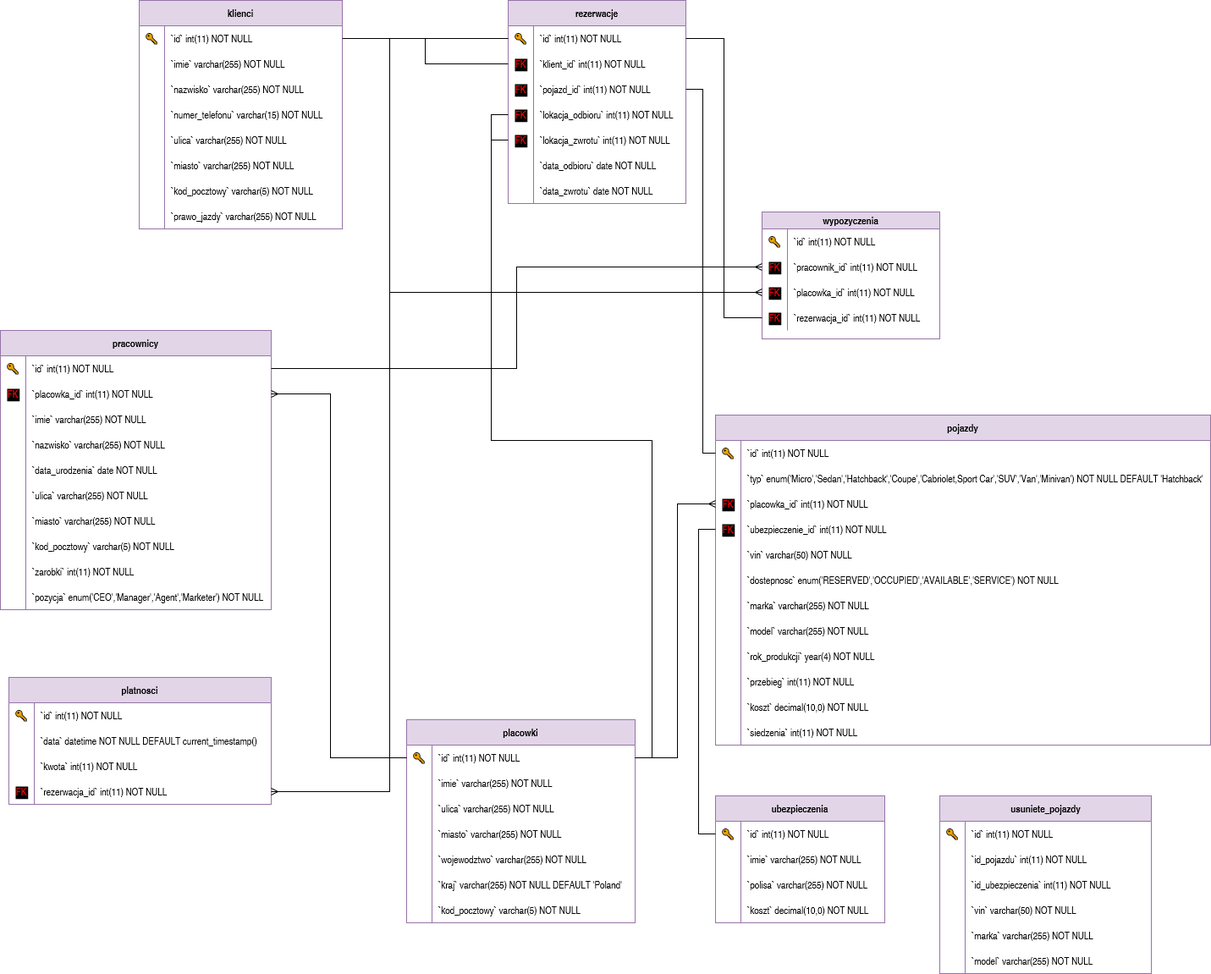
Above: erd.png in mcschoolaccount/car-sharing (draw.io), before the change. Source tidied: cells renumbered, new cells last; positions are measured from the earlier drawing's top-left corner, leaving out a move shared by most shapes.
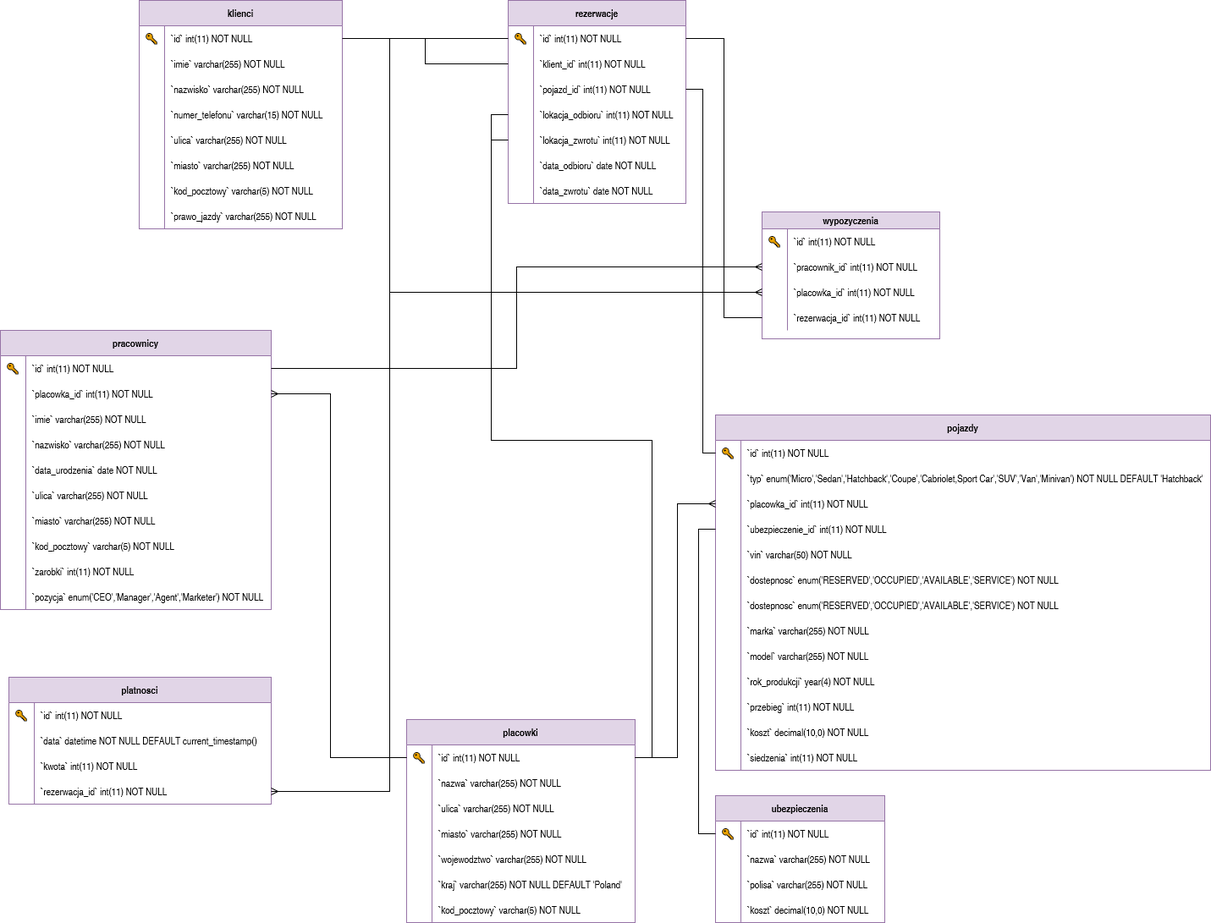
After the commit.

The edit, as a diff of the source:
```diff
@@ -97,3 +97,3 @@
     </mxCell>
-    <mxCell id="33" value="`imie` varchar(255) NOT NULL" style="shape=partialRectangle;overflow=hidden;fillColor=none;align=left;strokeColor=inherit;top=0;left=0;bottom=0;right=0;spacingLeft=6;" parent="31" vertex="1">
+    <mxCell id="33" value="`nazwa` varchar(255) NOT NULL" style="shape=partialRectangle;overflow=hidden;fillColor=none;align=left;strokeColor=inherit;top=0;left=0;bottom=0;right=0;spacingLeft=6;" parent="31" vertex="1">
       <mxGeometry x="30" width="240" height="30" as="geometry" />
@@ -178,3 +178,3 @@
     </mxCell>
-    <mxCell id="60" value="FK" style="shape=partialRectangle;overflow=hidden;fillColor=none;strokeColor=inherit;top=0;left=0;bottom=0;right=0;labelBackgroundColor=#000000;fontColor=#FF0000;" parent="59" vertex="1">
+    <mxCell id="60" style="shape=partialRectangle;overflow=hidden;fillColor=none;strokeColor=inherit;top=0;left=0;bottom=0;right=0;" parent="59" vertex="1">
       <mxGeometry width="30" height="30" as="geometry" />
@@ -185,3 +185,3 @@
     <mxCell id="62" value="pojazdy" style="shape=table;startSize=30;rowLines=0;fontStyle=1;align=center;fillColor=#e1d5e7;strokeColor=#9673a6;" parent="1" vertex="1">
-      <mxGeometry x="845" y="490" width="585" height="390" as="geometry" />
+      <mxGeometry x="845" y="490" width="585" height="420" as="geometry" />
     </mxCell>
@@ -208,3 +208,3 @@
     </mxCell>
-    <mxCell id="70" value="FK" style="shape=partialRectangle;overflow=hidden;fillColor=none;strokeColor=inherit;top=0;left=0;bottom=0;right=0;labelBackgroundColor=#000000;fontColor=#FF0000;" parent="69" vertex="1">
+    <mxCell id="70" style="shape=partialRectangle;overflow=hidden;fillColor=none;strokeColor=inherit;top=0;left=0;bottom=0;right=0;" parent="69" vertex="1">
       <mxGeometry width="30" height="30" as="geometry" />
@@ -217,3 +217,3 @@
     </mxCell>
-    <mxCell id="73" value="FK" style="shape=partialRectangle;overflow=hidden;fillColor=none;strokeColor=inherit;top=0;left=0;bottom=0;right=0;labelBackgroundColor=#000000;fontColor=#FF0000;" parent="72" vertex="1">
+    <mxCell id="73" style="shape=partialRectangle;overflow=hidden;fillColor=none;strokeColor=inherit;top=0;left=0;bottom=0;right=0;" parent="72" vertex="1">
       <mxGeometry width="30" height="30" as="geometry" />
@@ -232,4 +232,13 @@
     </mxCell>
+    <mxCell id="208" style="shape=tableRow;horizontal=0;startSize=0;swimlaneHead=0;swimlaneBody=0;fillColor=none;strokeColor=inherit;top=0;left=0;right=0;bottom=0;" parent="62" vertex="1">
+      <mxGeometry y="180" width="585" height="30" as="geometry" />
+    </mxCell>
+    <mxCell id="209" style="shape=partialRectangle;overflow=hidden;fillColor=none;strokeColor=inherit;top=0;left=0;bottom=0;right=0;" parent="208" vertex="1">
+      <mxGeometry width="30" height="30" as="geometry" />
+    </mxCell>
+    <mxCell id="210" value="`dostepnosc` enum('RESERVED','OCCUPIED','AVAILABLE','SERVICE') NOT NULL" style="shape=partialRectangle;overflow=hidden;fillColor=none;align=left;strokeColor=inherit;top=0;left=0;bottom=0;right=0;spacingLeft=6;" parent="208" vertex="1">
+      <mxGeometry x="30" width="555" height="30" as="geometry" />
+    </mxCell>
     <mxCell id="78" style="shape=tableRow;horizontal=0;startSize=0;swimlaneHead=0;swimlaneBody=0;fillColor=none;strokeColor=inherit;top=0;left=0;right=0;bottom=0;" parent="62" vertex="1">
-      <mxGeometry y="180" width="585" height="30" as="geometry" />
+      <mxGeometry y="210" width="585" height="30" as="geometry" />
     </mxCell>
@@ -242,3 +251,3 @@
     <mxCell id="81" style="shape=tableRow;horizontal=0;startSize=0;swimlaneHead=0;swimlaneBody=0;fillColor=none;strokeColor=inherit;top=0;left=0;right=0;bottom=0;" parent="62" vertex="1">
-      <mxGeometry y="210" width="585" height="30" as="geometry" />
+      <mxGeometry y="240" width="585" height="30" as="geometry" />
     </mxCell>
@@ -251,3 +260,3 @@
     <mxCell id="84" style="shape=tableRow;horizontal=0;startSize=0;swimlaneHead=0;swimlaneBody=0;fillColor=none;strokeColor=inherit;top=0;left=0;right=0;bottom=0;" parent="62" vertex="1">
-      <mxGeometry y="240" width="585" height="30" as="geometry" />
+      <mxGeometry y="270" width="585" height="30" as="geometry" />
     </mxCell>
@@ -260,3 +269,3 @@
     <mxCell id="87" style="shape=tableRow;horizontal=0;startSize=0;swimlaneHead=0;swimlaneBody=0;fillColor=none;strokeColor=inherit;top=0;left=0;right=0;bottom=0;" parent="62" vertex="1">
-      <mxGeometry y="270" width="585" height="30" as="geometry" />
+      <mxGeometry y="300" width="585" height="30" as="geometry" />
     </mxCell>
@@ -269,3 +278,3 @@
     <mxCell id="90" style="shape=tableRow;horizontal=0;startSize=0;swimlaneHead=0;swimlaneBody=0;fillColor=none;strokeColor=inherit;top=0;left=0;right=0;bottom=0;" parent="62" vertex="1">
-      <mxGeometry y="300" width="585" height="30" as="geometry" />
+      <mxGeometry y="330" width="585" height="30" as="geometry" />
     </mxCell>
@@ -278,3 +287,3 @@
     <mxCell id="93" style="shape=tableRow;horizontal=0;startSize=0;swimlaneHead=0;swimlaneBody=0;fillColor=none;strokeColor=inherit;top=0;left=0;right=0;bottom=0;" parent="62" vertex="1">
-      <mxGeometry y="330" width="585" height="30" as="geometry" />
+      <mxGeometry y="360" width="585" height="30" as="geometry" />
     </mxCell>
@@ -287,3 +296,3 @@
     <mxCell id="96" style="shape=tableRow;horizontal=0;startSize=0;swimlaneHead=0;swimlaneBody=0;fillColor=none;strokeColor=inherit;top=0;left=0;right=0;bottom=0;" parent="62" vertex="1">
-      <mxGeometry y="360" width="585" height="30" as="geometry" />
+      <mxGeometry y="390" width="585" height="30" as="geometry" />
     </mxCell>
@@ -310,3 +319,3 @@
     </mxCell>
-    <mxCell id="104" value="FK" style="shape=partialRectangle;overflow=hidden;fillColor=none;strokeColor=inherit;top=0;left=0;bottom=0;right=0;labelBackgroundColor=#000000;fontColor=#FF0000;" parent="103" vertex="1">
+    <mxCell id="104" style="shape=partialRectangle;overflow=hidden;fillColor=none;strokeColor=inherit;top=0;left=0;bottom=0;right=0;" parent="103" vertex="1">
       <mxGeometry width="30" height="30" as="geometry" />
@@ -403,3 +412,3 @@
     </mxCell>
-    <mxCell id="135" value="FK" style="shape=partialRectangle;overflow=hidden;fillColor=none;strokeColor=inherit;top=0;left=0;bottom=0;right=0;labelBackgroundColor=#000000;fontColor=#FF0000;" parent="134" vertex="1">
+    <mxCell id="135" style="shape=partialRectangle;overflow=hidden;fillColor=none;strokeColor=inherit;top=0;left=0;bottom=0;right=0;" parent="134" vertex="1">
       <mxGeometry width="30" height="30" as="geometry" />
@@ -412,3 +421,3 @@
     </mxCell>
-    <mxCell id="138" value="FK" style="shape=partialRectangle;overflow=hidden;fillColor=none;strokeColor=inherit;top=0;left=0;bottom=0;right=0;labelBackgroundColor=#000000;fontColor=#FF0000;" parent="137" vertex="1">
+    <mxCell id="138" style="shape=partialRectangle;overflow=hidden;fillColor=none;strokeColor=inherit;top=0;left=0;bottom=0;right=0;" parent="137" vertex="1">
       <mxGeometry width="30" height="30" as="geometry" />
@@ -421,3 +430,3 @@
     </mxCell>
-    <mxCell id="141" value="FK" style="shape=partialRectangle;overflow=hidden;fillColor=none;strokeColor=inherit;top=0;left=0;bottom=0;right=0;labelBackgroundColor=#000000;fontColor=#FF0000;" parent="140" vertex="1">
+    <mxCell id="141" style="shape=partialRectangle;overflow=hidden;fillColor=none;strokeColor=inherit;top=0;left=0;bottom=0;right=0;" parent="140" vertex="1">
       <mxGeometry width="30" height="30" as="geometry" />
@@ -430,3 +439,3 @@
     </mxCell>
-    <mxCell id="144" value="FK" style="shape=partialRectangle;overflow=hidden;fillColor=none;strokeColor=inherit;top=0;left=0;bottom=0;right=0;labelBackgroundColor=#000000;fontColor=#FF0000;" parent="143" vertex="1">
+    <mxCell id="144" style="shape=partialRectangle;overflow=hidden;fillColor=none;strokeColor=inherit;top=0;left=0;bottom=0;right=0;" parent="143" vertex="1">
       <mxGeometry width="30" height="30" as="geometry" />
@@ -472,3 +481,3 @@
     </mxCell>
-    <mxCell id="158" value="`imie` varchar(255) NOT NULL" style="shape=partialRectangle;overflow=hidden;fillColor=none;align=left;strokeColor=inherit;top=0;left=0;bottom=0;right=0;spacingLeft=6;" parent="156" vertex="1">
+    <mxCell id="158" value="`nazwa` varchar(255) NOT NULL" style="shape=partialRectangle;overflow=hidden;fillColor=none;align=left;strokeColor=inherit;top=0;left=0;bottom=0;right=0;spacingLeft=6;" parent="156" vertex="1">
       <mxGeometry x="30" width="170" height="30" as="geometry" />
@@ -508,3 +517,3 @@
     </mxCell>
-    <mxCell id="170" value="FK" style="shape=partialRectangle;overflow=hidden;fillColor=none;strokeColor=inherit;top=0;left=0;bottom=0;right=0;labelBackgroundColor=#000000;fontColor=#FF0000;" parent="169" vertex="1">
+    <mxCell id="170" style="shape=partialRectangle;overflow=hidden;fillColor=none;strokeColor=inherit;top=0;left=0;bottom=0;right=0;" parent="169" vertex="1">
       <mxGeometry width="30" height="30" as="geometry" />
@@ -517,3 +526,3 @@
     </mxCell>
-    <mxCell id="173" value="FK" style="shape=partialRectangle;overflow=hidden;fillColor=none;strokeColor=inherit;top=0;left=0;bottom=0;right=0;labelBackgroundColor=#000000;fontColor=#FF0000;" parent="172" vertex="1">
+    <mxCell id="173" style="shape=partialRectangle;overflow=hidden;fillColor=none;strokeColor=inherit;top=0;left=0;bottom=0;right=0;" parent="172" vertex="1">
       <mxGeometry width="30" height="30" as="geometry" />
@@ -526,3 +535,3 @@
     </mxCell>
-    <mxCell id="176" value="FK" style="shape=partialRectangle;overflow=hidden;fillColor=none;strokeColor=inherit;top=0;left=0;bottom=0;right=0;labelBackgroundColor=#000000;fontColor=#FF0000;" parent="175" vertex="1">
+    <mxCell id="176" style="shape=partialRectangle;overflow=hidden;fillColor=none;strokeColor=inherit;top=0;left=0;bottom=0;right=0;" parent="175" vertex="1">
       <mxGeometry width="30" height="30" as="geometry" />
@@ -599,59 +608,2 @@
     </mxCell>
-    <mxCell id="189" value="usuniete_pojazdy" style="shape=table;startSize=30;rowLines=0;fontStyle=1;align=center;html=1;fillColor=#e1d5e7;strokeColor=#9673a6;" parent="1" vertex="1">
-      <mxGeometry x="1110" y="940" width="250" height="210" as="geometry" />
-    </mxCell>
-    <mxCell id="190" style="shape=tableRow;horizontal=0;startSize=0;swimlaneHead=0;swimlaneBody=0;fillColor=none;top=0;left=0;right=0;bottom=0;" parent="189" vertex="1">
-      <mxGeometry y="30" width="250" height="30" as="geometry" />
-    </mxCell>
-    <mxCell id="191" value="🔑" style="shape=partialRectangle;fillColor=none;top=0;left=0;bottom=0;right=0;overflow=hidden;whiteSpace=wrap;html=1;" parent="190" vertex="1">
-      <mxGeometry width="30" height="30" as="geometry" />
-    </mxCell>
-    <mxCell id="192" value="`id` int(11) NOT NULL" style="shape=partialRectangle;fillColor=none;top=0;left=0;bottom=0;right=0;align=left;spacingLeft=6;overflow=hidden;whiteSpace=wrap;html=1;" parent="190" vertex="1">
-      <mxGeometry x="30" width="220" height="30" as="geometry" />
-    </mxCell>
-    <mxCell id="193" style="shape=tableRow;horizontal=0;startSize=0;swimlaneHead=0;swimlaneBody=0;fillColor=none;top=0;left=0;right=0;bottom=0;" parent="189" vertex="1">
-      <mxGeometry y="60" width="250" height="30" as="geometry" />
-    </mxCell>
-    <mxCell id="194" style="shape=partialRectangle;fillColor=none;top=0;left=0;bottom=0;right=0;overflow=hidden;whiteSpace=wrap;html=1;" parent="193" vertex="1">
-      <mxGeometry width="30" height="30" as="geometry" />
-    </mxCell>
-    <mxCell id="195" value="`id_pojazdu` int(11) NOT NULL" style="shape=partialRectangle;fillColor=none;top=0;left=0;bottom=0;right=0;align=left;spacingLeft=6;overflow=hidden;whiteSpace=wrap;html=1;" parent="193" vertex="1">
-      <mxGeometry x="30" width="220" height="30" as="geometry" />
-    </mxCell>
-    <mxCell id="196" style="shape=tableRow;horizontal=0;startSize=0;swimlaneHead=0;swimlaneBody=0;fillColor=none;top=0;left=0;right=0;bottom=0;" parent="189" vertex="1">
-      <mxGeometry y="90" width="250" height="30" as="geometry" />
-    </mxCell>
-    <mxCell id="197" style="shape=partialRectangle;fillColor=none;top=0;left=0;bottom=0;right=0;overflow=hidden;whiteSpace=wrap;html=1;" parent="196" vertex="1">
-      <mxGeometry width="30" height="30" as="geometry" />
-    </mxCell>
-    <mxCell id="198" value="`id_ubezpieczenia` int(11) NOT NULL" style="shape=partialRectangle;fillColor=none;top=0;left=0;bottom=0;right=0;align=left;spacingLeft=6;overflow=hidden;whiteSpace=wrap;html=1;" parent="196" vertex="1">
-      <mxGeometry x="30" width="220" height="30" as="geometry" />
-    </mxCell>
-    <mxCell id="199" style="shape=tableRow;horizontal=0;startSize=0;swimlaneHead=0;swimlaneBody=0;fillColor=none;top=0;left=0;right=0;bottom=0;" parent="189" vertex="1">
-      <mxGeometry y="120" width="250" height="30" as="geometry" />
-    </mxCell>
-    <mxCell id="200" style="shape=partialRectangle;fillColor=none;top=0;left=0;bottom=0;right=0;overflow=hidden;whiteSpace=wrap;html=1;" parent="199" vertex="1">
-      <mxGeometry width="30" height="30" as="geometry" />
-    </mxCell>
-    <mxCell id="201" value="`vin` varchar(50) NOT NULL " style="shape=partialRectangle;fillColor=none;top=0;left=0;bottom=0;right=0;align=left;spacingLeft=6;overflow=hidden;whiteSpace=wrap;html=1;" parent="199" vertex="1">
-      <mxGeometry x="30" width="220" height="30" as="geometry" />
-    </mxCell>
-    <mxCell id="202" style="shape=tableRow;horizontal=0;startSize=0;swimlaneHead=0;swimlaneBody=0;fillColor=none;top=0;left=0;right=0;bottom=0;" parent="189" vertex="1">
-      <mxGeometry y="150" width="250" height="30" as="geometry" />
-    </mxCell>
-    <mxCell id="203" style="shape=partialRectangle;fillColor=none;top=0;left=0;bottom=0;right=0;overflow=hidden;whiteSpace=wrap;html=1;" parent="202" vertex="1">
-      <mxGeometry width="30" height="30" as="geometry" />
-    </mxCell>
-    <mxCell id="204" value="`marka` varchar(255) NOT NULL" style="shape=partialRectangle;fillColor=none;top=0;left=0;bottom=0;right=0;align=left;spacingLeft=6;overflow=hidden;whiteSpace=wrap;html=1;" parent="202" vertex="1">
-      <mxGeometry x="30" width="220" height="30" as="geometry" />
-    </mxCell>
-    <mxCell id="205" style="shape=tableRow;horizontal=0;startSize=0;swimlaneHead=0;swimlaneBody=0;fillColor=none;top=0;left=0;right=0;bottom=0;" parent="189" vertex="1">
-      <mxGeometry y="180" width="250" height="30" as="geometry" />
-    </mxCell>
-    <mxCell id="206" style="shape=partialRectangle;fillColor=none;top=0;left=0;bottom=0;right=0;overflow=hidden;whiteSpace=wrap;html=1;" parent="205" vertex="1">
-      <mxGeometry width="30" height="30" as="geometry" />
-    </mxCell>
-    <mxCell id="207" value="`model` varchar(255) NOT NULL" style="shape=partialRectangle;fillColor=none;top=0;left=0;bottom=0;right=0;align=left;spacingLeft=6;overflow=hidden;whiteSpace=wrap;html=1;" parent="205" vertex="1">
-      <mxGeometry x="30" width="220" height="30" as="geometry" />
-    </mxCell>
   </root>
```
